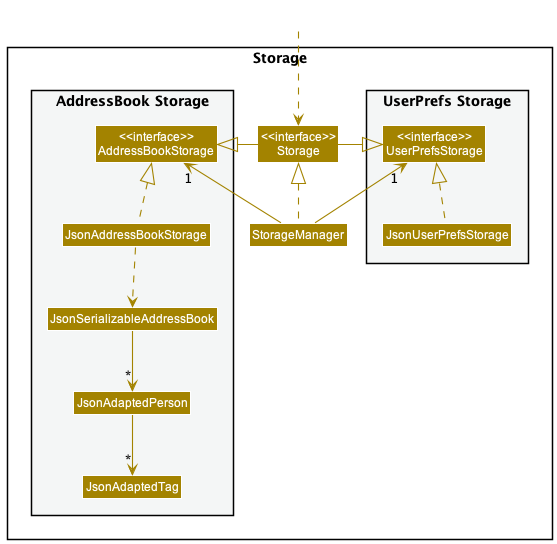
This is docs/images/StorageClassDiagram.png from nus-cs2103-AY2223S1/tp, a PlantUML export, as it was before one commit.
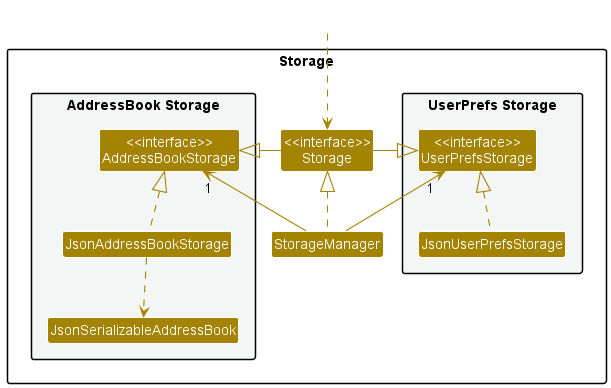
The same file after the commit.

Commit message:
Add storage description in developer guide

Diff of the diagram source:
```diff
@@ -18,8 +18,6 @@
 Class "<<interface>>\nAddressBookStorage" as AddressBookStorage
 Class JsonAddressBookStorage
 Class JsonSerializableAddressBook
-Class JsonAdaptedPerson
-Class JsonAdaptedTag
 }
 
 }
@@ -37,7 +35,5 @@
 JsonUserPrefsStorage .up.|> UserPrefsStorage
 JsonAddressBookStorage .up.|> AddressBookStorage
 JsonAddressBookStorage ..> JsonSerializableAddressBook
-JsonSerializableAddressBook --> "*" JsonAdaptedPerson
-JsonAdaptedPerson --> "*" JsonAdaptedTag
 
 @enduml
```
